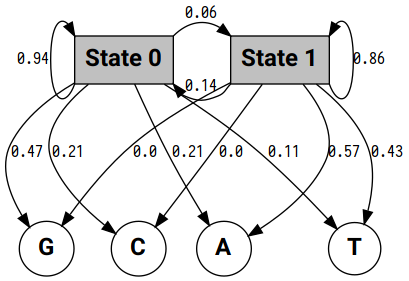
Earlier version of the Graphviz export images/hmm.png (maximtrp/mchmm). Its source is kept beside it as images/hmm.dot. Its diagram source:
```dot
digraph G {
    rank = same;
    graph [style = filled];
    node [fontname="Roboto bold", fontsize = 18];
    edge [fontname="Iosevka", fontsize = 12];

    subgraph states {
        node [shape = rect; style="filled"; fillcolor = "gray"];

        S0 [ label = "State 0" ];
        S1 [ label = "State 1" ];

        S0:sw -> S0:nw [label = "0.94"];
        S0:ne -> S1:nw [label = "0.06"];

        S1:sw -> S0:se [label = "0.14"];
        S1:se -> S1:ne [label = "0.86"];

    }

    ranksep = 1.25;
    rankdir = TB;

    subgraph obs {
        node [shape = circle]
        A C G T
    }

    S0 -> A [label = "0.21"]
    S0 -> C [label = "0.21"]
    S0 -> G [label = "0.47"]
    S0 -> T [label = "0.11"]

    S1 -> A [label = "0.57"]
    S1 -> C [label = "0.0"]
    S1 -> G [label = "0.0"]
    S1 -> T [label = "0.43"]

}
```
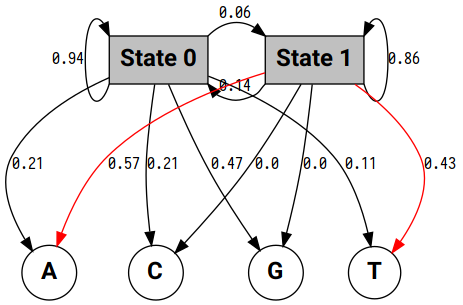
After the change.

The edit, as a diff of the source:
```diff
@@ -1,6 +1,7 @@
 digraph G {
     rank = same;
-    graph [style = filled];
+    ranksep = 1.5;
+    rankdir = TB;
     node [fontname="Roboto bold", fontsize = 18];
     edge [fontname="Iosevka", fontsize = 12];
 
@@ -15,25 +16,22 @@
 
         S1:sw -> S0:se [label = "0.14"];
         S1:se -> S1:ne [label = "0.86"];
-
     }
 
-    ranksep = 1.25;
-    rankdir = TB;
 
     subgraph obs {
         node [shape = circle]
         A C G T
     }
 
-    S0 -> A [label = "0.21"]
+    S0 -> A [label = "0.21", constraint=false]
     S0 -> C [label = "0.21"]
     S0 -> G [label = "0.47"]
-    S0 -> T [label = "0.11"]
+    S0 -> T [label = "0.11", constraint=false]
 
-    S1 -> A [label = "0.57"]
+    S1 -> A [label = "0.57", color=red; labelfontcolor=red; constraint=false]
     S1 -> C [label = "0.0"]
     S1 -> G [label = "0.0"]
-    S1 -> T [label = "0.43"]
+    S1 -> T [label = "0.43", color=red; labelfontcolor=red; constraint=false]
 
 }
```
